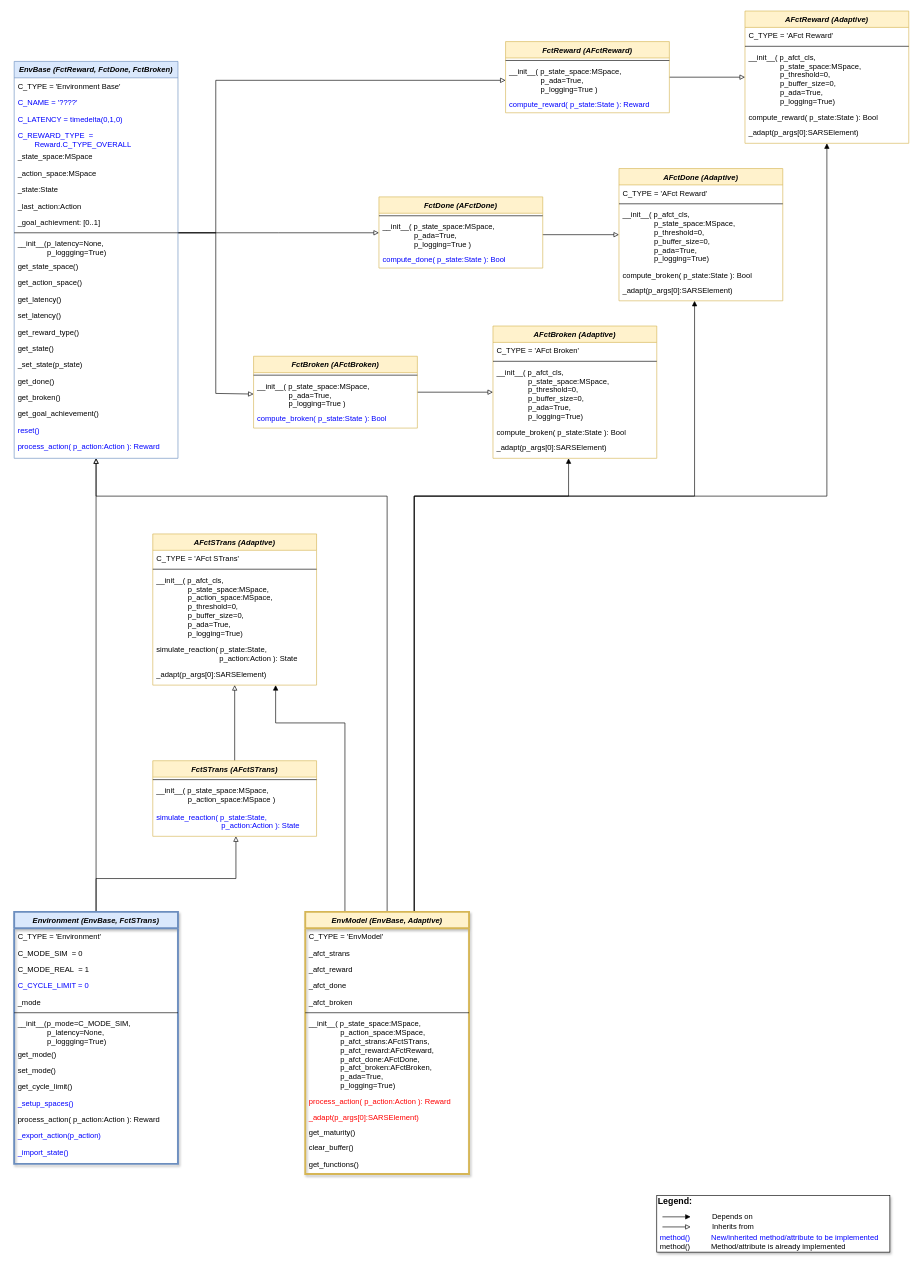
fhswf/MLPro keeps this draw.io diagram as doc/rl/02 env/MLPro-RL-Env class diagram.drawio. Above is the earlier version. Source tidied: cells renumbered, new cells numbered last; positions are measured from the earlier drawing's top-left corner, leaving out a move shared by most shapes. Both pictures are drawn from the tidied source at 63%, with x=0, y=0 at pixel (14, 11).
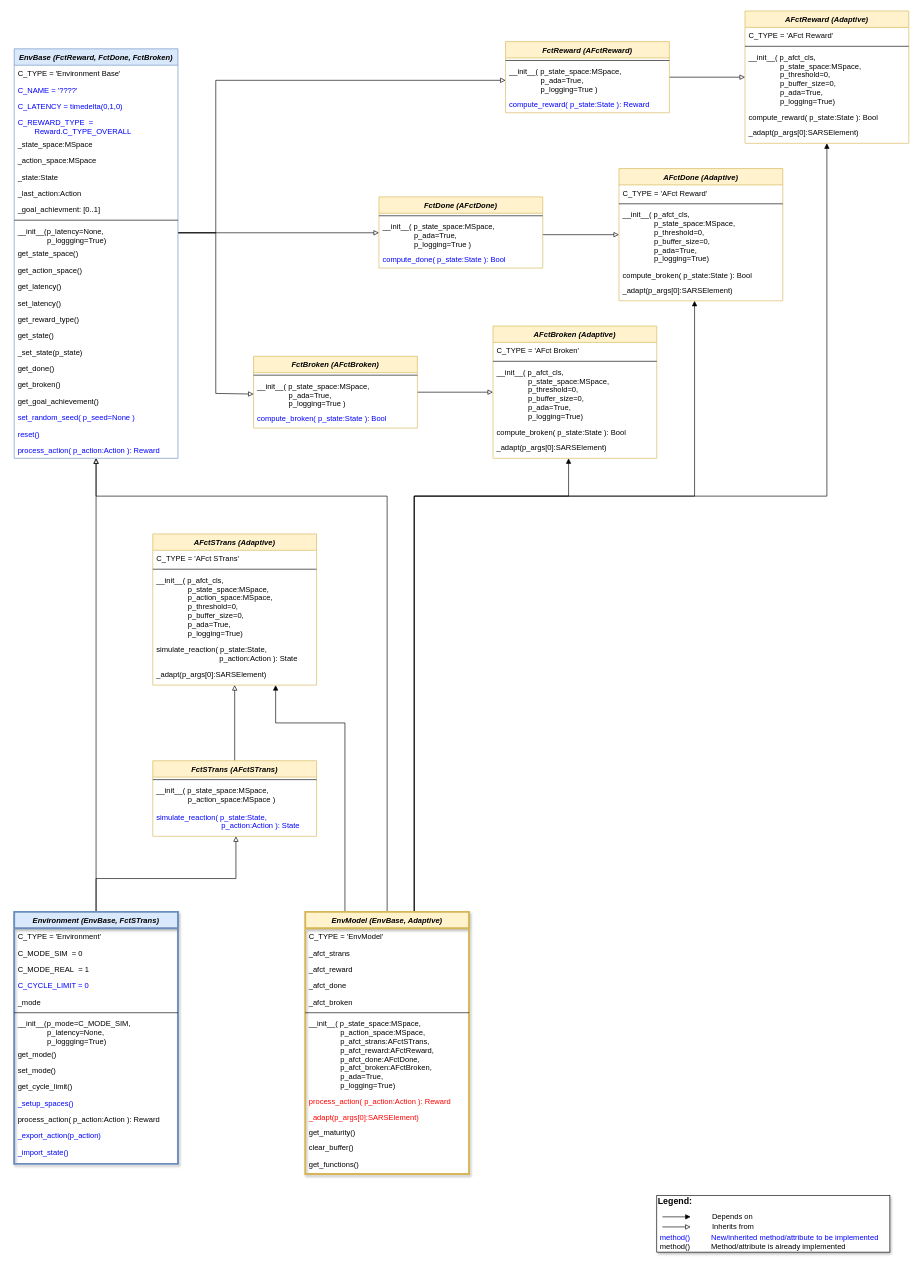
The same diagram, later.

Diff of the diagram source:
```diff
@@
     <mxCell id="44" value="EnvBase (FctReward, FctDone, FctBroken)" style="swimlane;fontStyle=3;align=center;verticalAlign=top;horizontal=1;startSize=26;rounded=0;shadow=0;strokeWidth=1;fillColor=#dae8fc;strokeColor=#6c8ebf;" parent="1" vertex="1">
-      <mxGeometry y="80" width="260" height="630" as="geometry" />
+      <mxGeometry y="60" width="260" height="650" as="geometry" />
     </mxCell>
@@
+    <mxCell id="112" value="set_random_seed( p_seed=None )" style="text;align=left;verticalAlign=top;spacingLeft=4;spacingRight=4;overflow=hidden;fontColor=#0000FF;" parent="44" vertex="1">
+      <mxGeometry y="572" width="260" height="26" as="geometry" />
+    </mxCell>
     <mxCell id="66" value="reset()" style="text;align=left;verticalAlign=top;spacingLeft=4;spacingRight=4;overflow=hidden;fontColor=#0000FF;" parent="44" vertex="1">
-      <mxGeometry y="572" width="260" height="26" as="geometry" />
+      <mxGeometry y="598" width="260" height="26" as="geometry" />
     </mxCell>
     <mxCell id="67" value="process_action( p_action:Action ): Reward" style="text;align=left;verticalAlign=top;spacingLeft=4;spacingRight=4;overflow=hidden;fontColor=#0000FF;" parent="44" vertex="1">
-      <mxGeometry y="598" width="260" height="26" as="geometry" />
+      <mxGeometry y="624" width="260" height="26" as="geometry" />
     </mxCell>
```
